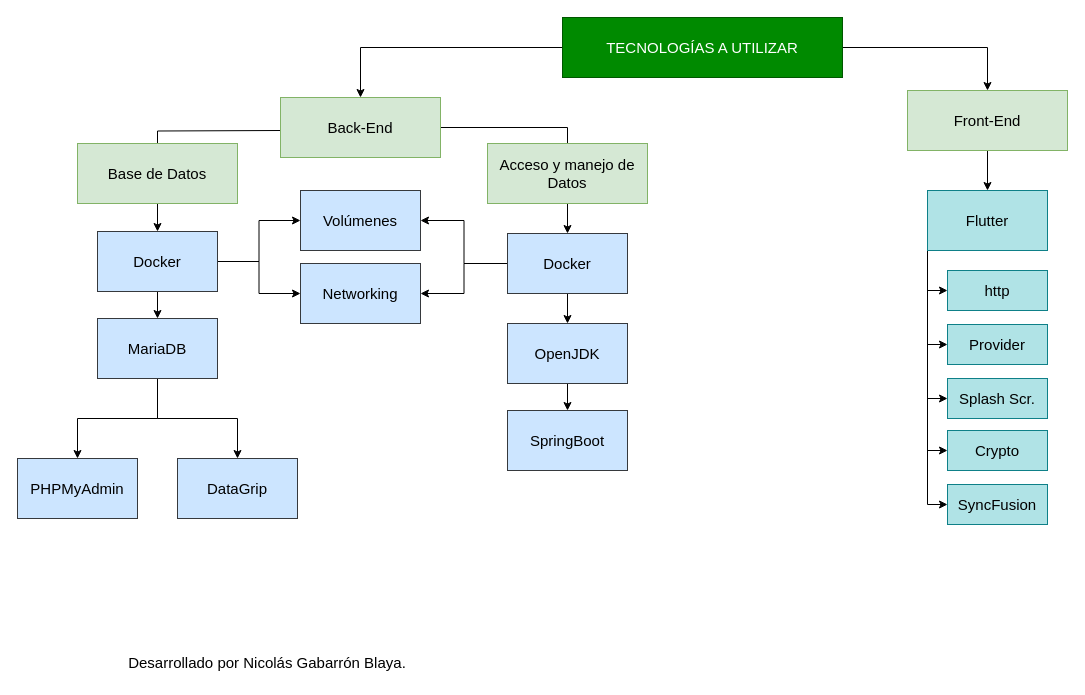
Above: esquema_tecnologias.drawio in nicolasgabarron/AyGP (draw.io), before the change. Source tidied: cells renumbered, new cells numbered last; positions are measured from the earlier drawing's top-left corner, leaving out a move shared by most shapes. Both pictures are drawn from the tidied source at 100%, with x=0, y=0 at pixel (17, 17).
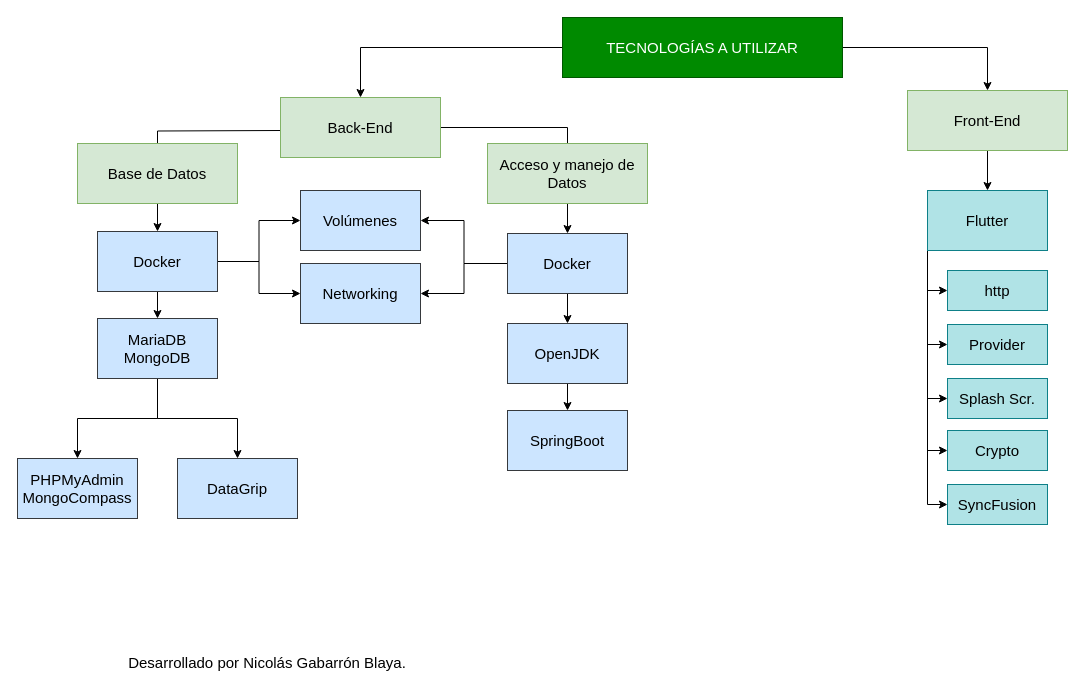
The same diagram, later.

Commit message (it also covers changes not shown here):
AYGP-6 Corrección esquema tecnologías.

What changed in the source:
```diff
@@
-    <mxCell id="22" value="MariaDB" style="rounded=0;whiteSpace=wrap;html=1;fontSize=15;fillColor=#cce5ff;strokeColor=#36393d;" parent="1" vertex="1">
+    <mxCell id="22" value="MariaDB&lt;br&gt;MongoDB" style="rounded=0;whiteSpace=wrap;html=1;fontSize=15;fillColor=#cce5ff;strokeColor=#36393d;" parent="1" vertex="1">
       <mxGeometry x="80" y="301" width="120" height="60" as="geometry" />
     </mxCell>
-    <mxCell id="23" value="PHPMyAdmin&lt;br&gt;" style="rounded=0;whiteSpace=wrap;html=1;fontSize=15;fillColor=#cce5ff;strokeColor=#36393d;" parent="1" vertex="1">
+    <mxCell id="23" value="PHPMyAdmin&lt;br&gt;MongoCompass" style="rounded=0;whiteSpace=wrap;html=1;fontSize=15;fillColor=#cce5ff;strokeColor=#36393d;" parent="1" vertex="1">
       <mxGeometry y="441" width="120" height="60" as="geometry" />
     </mxCell>
```
